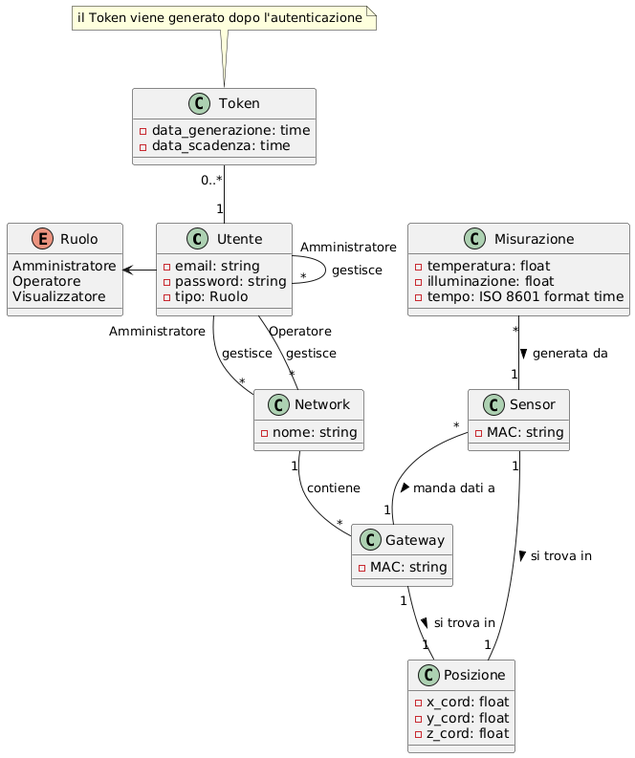
Earlier version of the PlantUML export risorse/class-diagram.png (KleZeqaj/GeoControl).
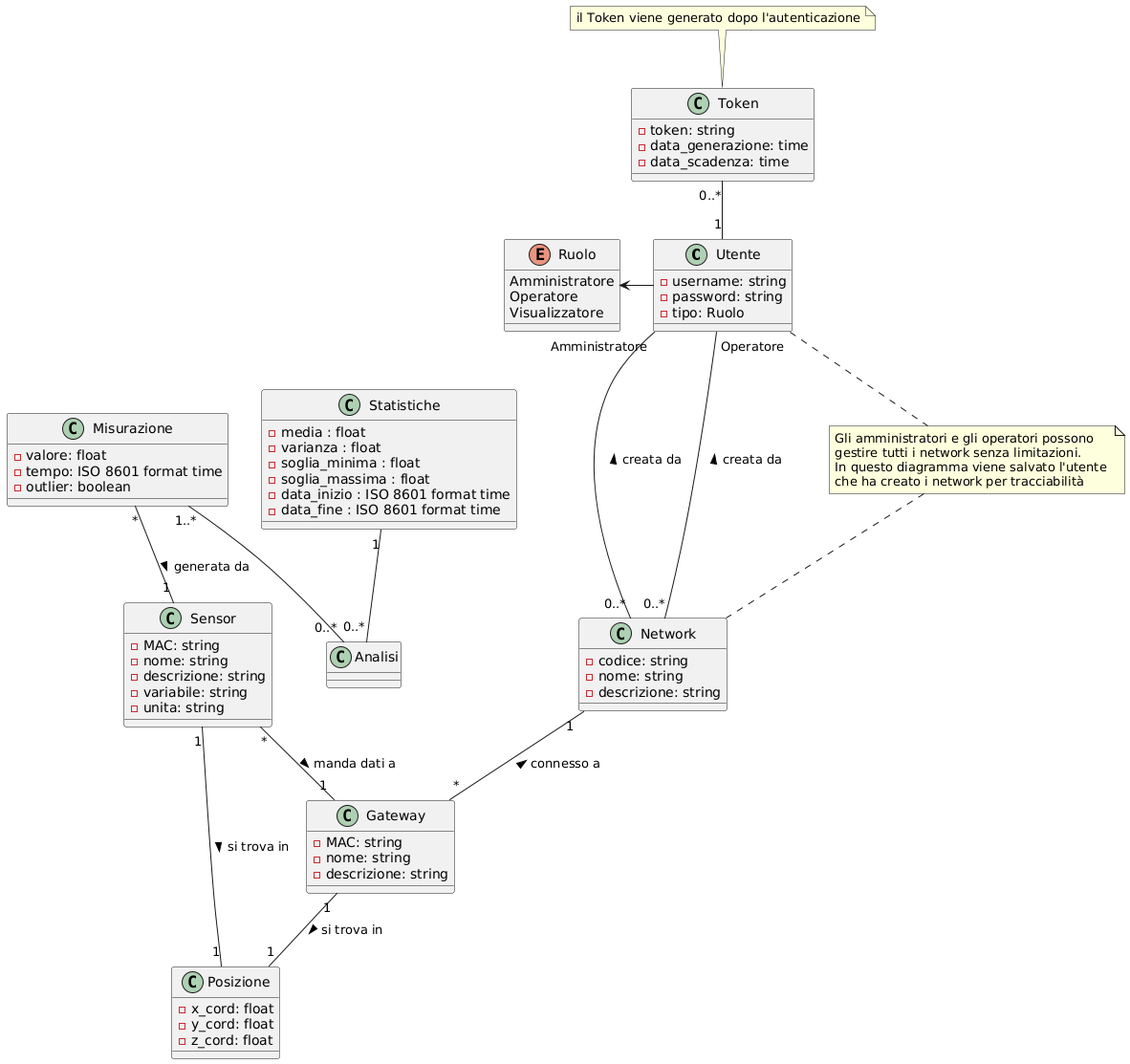
The same diagram one commit later.

Commit message:
[req]: Aggiornato class diagram

Change to the diagram source:
```diff
@@ -1,6 +1,6 @@
 @startuml
 class Utente{
-  - email: string
+  - username: string
   - password: string
   - tipo: Ruolo
 }
@@ -12,6 +12,7 @@
 }
 
 class Token {
+  - token: string
   - data_generazione: time
   - data_scadenza: time
 }
@@ -19,21 +20,29 @@
 note top of Token : il Token viene generato dopo l'autenticazione
 
 class Network {
+  - codice: string
   - nome: string
+  - descrizione: string
 }
 
 class Gateway {
   - MAC: string
+  - nome: string
+  - descrizione: string
 }
 
 class Sensor {
   - MAC: string
+  - nome: string
+  - descrizione: string
+  - variabile: string
+  - unita: string
 }
 
 class Misurazione {
-  - temperatura: float
-  - illuminazione: float
+  - valore: float
   - tempo: ISO 8601 format time
+  - outlier: boolean
 }
 
 class Posizione {
@@ -42,14 +51,32 @@
   - z_cord: float
 }
 
+class Statistiche {
+  - media : float
+  - varianza : float
+  - soglia_minima : float
+  - soglia_massima : float
+  - data_inizio : ISO 8601 format time
+  - data_fine : ISO 8601 format time
+}
+
+class Analisi {
+
+}
+
+note "Gli amministratori e gli operatori possono \ngestire tutti i network senza limitazioni. \nIn questo diagramma viene salvato l'utente \nche ha creato i network per tracciabilità" as N1
+
 Token "0..*" -- "1" Utente
-Utente "Amministratore" -- "*" Utente: gestisce
-Utente "Amministratore" -- "*" Network : gestisce
-Utente "Operatore" -- "*" Network : gestisce
-Network "1" -- "*" Gateway : contiene
+Utente "Amministratore" -- "0..*" Network : creata da <
+Utente "Operatore" -- "0..*" Network : creata da <
+Network "1" -- "*" Gateway : connesso a <
 Sensor "*" -- "1" Gateway : manda dati a >
 Gateway "1" -- "1" Posizione: si trova in >
 Sensor "1" -- "1" Posizione: si trova in >
 Misurazione "*" -- "1" Sensor : generata da >
 Ruolo <- Utente
+Misurazione "1..*" -- "0..*" Analisi
+Statistiche "1" -- "0..*" Analisi
+Utente .. N1
+N1 .. Network
 @enduml
```
